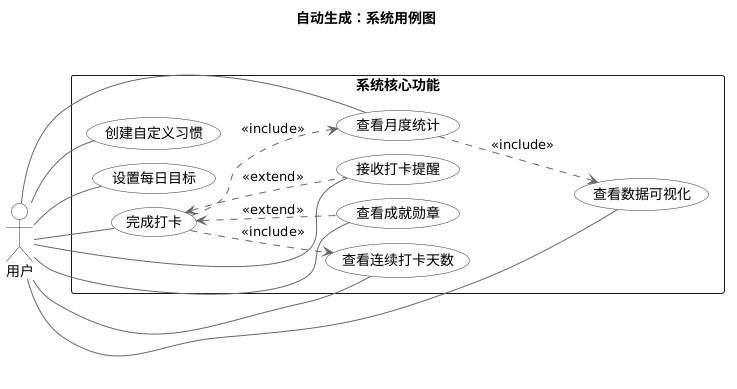
Earlier version of the PlantUML export output/test_usecase.png (Sunday17/UML-LLM).
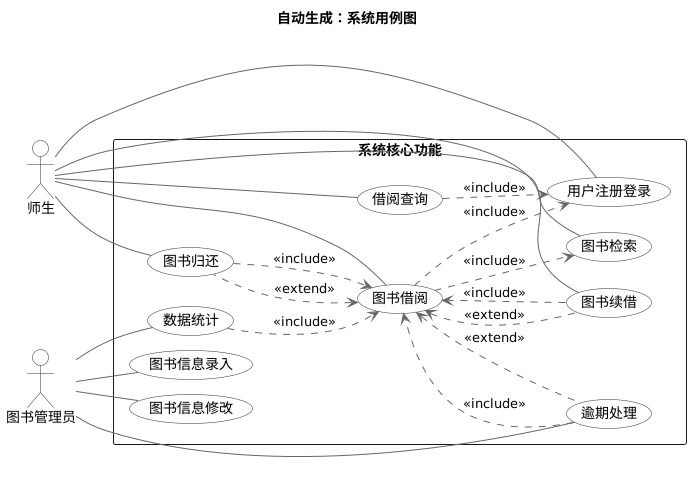
The same file after the commit.

Diff of the diagram source:
```diff
@@ -16,66 +16,96 @@
 }
 
 
-actor "用户"
+actor "师生"
+
+actor "图书管理员"
 
 
 rectangle "系统核心功能" {
 
-    usecase "设置每日目标"
+    usecase "图书信息修改"
 
-    usecase "查看连续打卡天数"
+    usecase "图书归还"
 
-    usecase "接收打卡提醒"
+    usecase "用户注册登录"
 
-    usecase "完成打卡"
+    usecase "逾期处理"
 
-    usecase "创建自定义习惯"
+    usecase "图书续借"
 
-    usecase "查看成就勋章"
+    usecase "借阅查询"
 
-    usecase "查看数据可视化"
+    usecase "图书检索"
 
-    usecase "查看月度统计"
+    usecase "数据统计"
+
+    usecase "图书信息录入"
+
+    usecase "图书借阅"
 
 }
 
 
 
-"用户" -- "创建自定义习惯"
+"师生" -- "图书检索"
 
-"用户" -- "设置每日目标"
+"师生" -- "用户注册登录"
 
-"用户" -- "完成打卡"
+"师生" -- "图书借阅"
 
-"用户" -- "查看连续打卡天数"
+"师生" -- "图书续借"
 
-"用户" -- "查看月度统计"
+"师生" -- "图书归还"
 
-"用户" -- "接收打卡提醒"
+"师生" -- "借阅查询"
 
-"用户" -- "查看成就勋章"
 
-"用户" -- "查看数据可视化"
+
+"图书管理员" -- "图书信息录入"
+
+"图书管理员" -- "图书信息修改"
+
+"图书管理员" -- "逾期处理"
+
+"图书管理员" -- "数据统计"
 
 
 
 
 
-"完成打卡" ..> "查看连续打卡天数" : <<include>>
+"图书借阅" ..> "图书检索" : <<include>>
 
-"完成打卡" ..> "查看月度统计" : <<include>>
+"图书借阅" ..> "用户注册登录" : <<include>>
 
 
 
-"查看月度统计" ..> "查看数据可视化" : <<include>>
+"图书续借" ..> "图书借阅" : <<include>>
+
+
+
+"图书归还" ..> "图书借阅" : <<include>>
+
+
+
+"借阅查询" ..> "用户注册登录" : <<include>>
+
+
+
+"逾期处理" ..> "图书借阅" : <<include>>
+
+
+
+"数据统计" ..> "图书借阅" : <<include>>
 
 
 
 
 
-"完成打卡" <.. "查看成就勋章" : <<extend>>
+"图书借阅" <.. "图书续借" : <<extend>>
 
-"完成打卡" <.. "接收打卡提醒" : <<extend>>
+"图书借阅" <.. "图书归还" : <<extend>>
+
+"图书借阅" <.. "逾期处理" : <<extend>>
 
 
 
```
